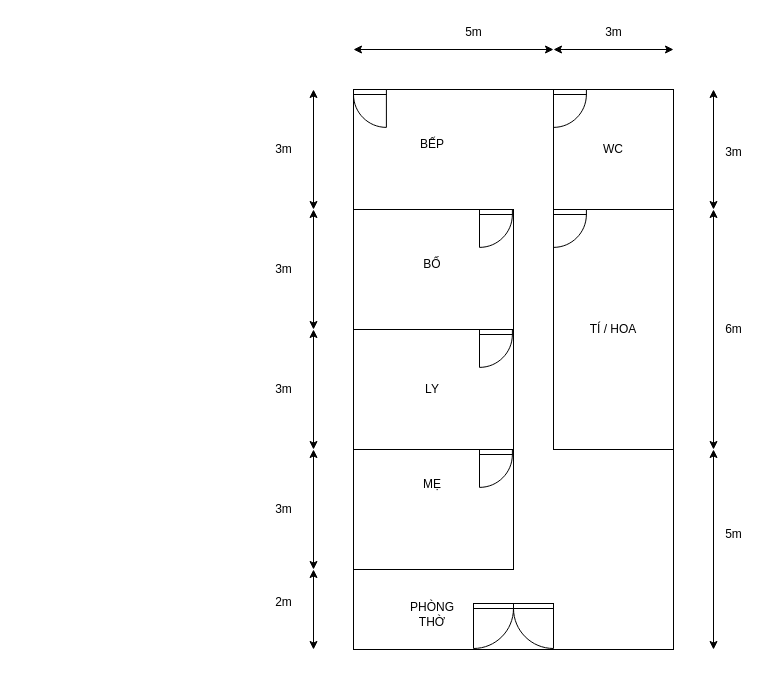
The draw.io diagram Untitled Diagram.drawio in 9hnd5/diagrams, before the edit. Source tidied: cells renumbered, new cells numbered last; positions are measured from the earlier drawing's top-left corner, leaving out a move shared by most shapes. Both pictures are drawn from the tidied source at 100%, with x=0, y=0 at pixel (263, 17).
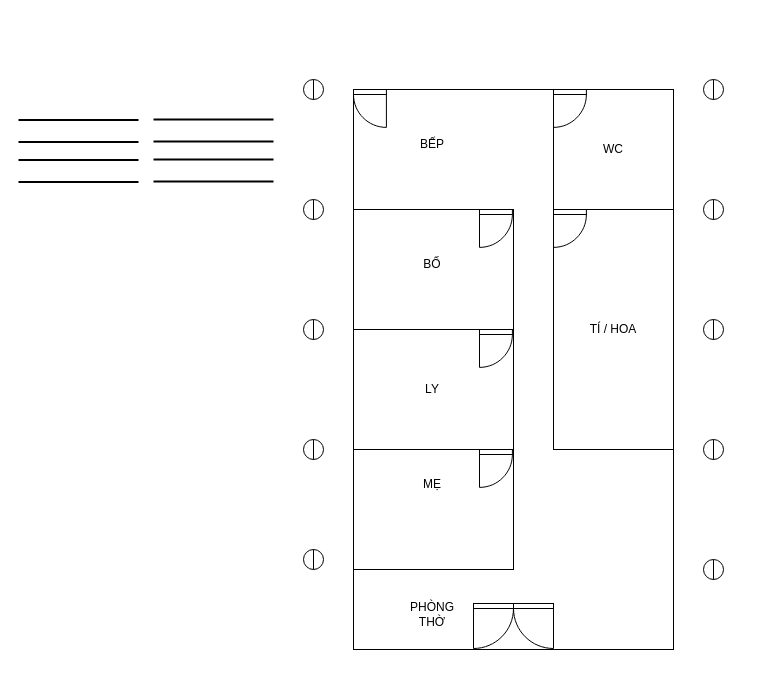
The same diagram, later.

What changed in the source:
```diff
@@
-    <mxCell id="20" style="endArrow=classic;startArrow=classic;html=1;rounded=0;" parent="1" edge="1">
-      <mxGeometry relative="1" as="geometry">
-        <mxPoint x="50" y="192" as="sourcePoint" />
-        <mxPoint x="50" y="72" as="targetPoint" />
-      </mxGeometry>
-    </mxCell>
-    <mxCell id="21" value="3m" style="text;html=1;align=center;verticalAlign=middle;strokeColor=none;fillColor=none;" parent="1" vertex="1">
-      <mxGeometry y="117" width="40" height="30" as="geometry" />
-    </mxCell>
-    <mxCell id="22" style="endArrow=classic;startArrow=classic;html=1;rounded=0;" parent="1" edge="1">
-      <mxGeometry relative="1" as="geometry">
-        <mxPoint x="50" y="312" as="sourcePoint" />
-        <mxPoint x="50" y="192" as="targetPoint" />
-      </mxGeometry>
-    </mxCell>
-    <mxCell id="23" value="3m" style="text;html=1;align=center;verticalAlign=middle;strokeColor=none;fillColor=none;" parent="1" vertex="1">
-      <mxGeometry y="237" width="40" height="30" as="geometry" />
-    </mxCell>
-    <mxCell id="24" style="endArrow=classic;startArrow=classic;html=1;rounded=0;" parent="1" edge="1">
-      <mxGeometry relative="1" as="geometry">
-        <mxPoint x="50" y="432" as="sourcePoint" />
-        <mxPoint x="50" y="312" as="targetPoint" />
-      </mxGeometry>
-    </mxCell>
-    <mxCell id="25" value="3m" style="text;html=1;align=center;verticalAlign=middle;strokeColor=none;fillColor=none;" parent="1" vertex="1">
-      <mxGeometry y="357" width="40" height="30" as="geometry" />
-    </mxCell>
-    <mxCell id="26" style="endArrow=classic;startArrow=classic;html=1;rounded=0;" parent="1" edge="1">
-      <mxGeometry relative="1" as="geometry">
-        <mxPoint x="50" y="552" as="sourcePoint" />
-        <mxPoint x="50" y="432" as="targetPoint" />
-      </mxGeometry>
-    </mxCell>
-    <mxCell id="27" value="3m" style="text;html=1;align=center;verticalAlign=middle;strokeColor=none;fillColor=none;" parent="1" vertex="1">
-      <mxGeometry y="477" width="40" height="30" as="geometry" />
-    </mxCell>
-    <mxCell id="28" style="endArrow=classic;startArrow=classic;html=1;rounded=0;" parent="1" edge="1">
-      <mxGeometry relative="1" as="geometry">
-        <mxPoint x="50" y="632" as="sourcePoint" />
-        <mxPoint x="50" y="552" as="targetPoint" />
-      </mxGeometry>
-    </mxCell>
-    <mxCell id="29" value="2m" style="text;html=1;align=center;verticalAlign=middle;strokeColor=none;fillColor=none;" parent="1" vertex="1">
-      <mxGeometry y="570" width="40" height="30" as="geometry" />
-    </mxCell>
@@
-    <mxCell id="31" style="endArrow=classic;startArrow=classic;html=1;rounded=0;" parent="1" edge="1">
-      <mxGeometry relative="1" as="geometry">
-        <mxPoint x="90" y="32" as="sourcePoint" />
-        <mxPoint x="290" y="32" as="targetPoint" />
-      </mxGeometry>
-    </mxCell>
-    <mxCell id="32" style="endArrow=classic;startArrow=classic;html=1;rounded=0;" parent="1" edge="1">
-      <mxGeometry relative="1" as="geometry">
-        <mxPoint x="290" y="32" as="sourcePoint" />
-        <mxPoint x="410" y="32" as="targetPoint" />
-      </mxGeometry>
-    </mxCell>
-    <mxCell id="33" value="5m" style="text;html=1;align=center;verticalAlign=middle;strokeColor=none;fillColor=none;" parent="1" vertex="1">
-      <mxGeometry x="190" width="40" height="30" as="geometry" />
-    </mxCell>
-    <mxCell id="34" value="3m" style="text;html=1;align=center;verticalAlign=middle;strokeColor=none;fillColor=none;" parent="1" vertex="1">
-      <mxGeometry x="330" width="40" height="30" as="geometry" />
-    </mxCell>
-    <mxCell id="35" style="endArrow=classic;startArrow=classic;html=1;rounded=0;" parent="1" edge="1">
-      <mxGeometry relative="1" as="geometry">
-        <mxPoint x="450" y="192" as="sourcePoint" />
-        <mxPoint x="450" y="72" as="targetPoint" />
-      </mxGeometry>
-    </mxCell>
-    <mxCell id="36" style="endArrow=classic;startArrow=classic;html=1;rounded=0;" parent="1" edge="1">
-      <mxGeometry relative="1" as="geometry">
-        <mxPoint x="450" y="432" as="sourcePoint" />
-        <mxPoint x="450" y="192" as="targetPoint" />
-      </mxGeometry>
-    </mxCell>
-    <mxCell id="37" style="endArrow=classic;startArrow=classic;html=1;rounded=0;" parent="1" edge="1">
-      <mxGeometry relative="1" as="geometry">
-        <mxPoint x="450" y="632" as="sourcePoint" />
-        <mxPoint x="450" y="432" as="targetPoint" />
-      </mxGeometry>
-    </mxCell>
-    <mxCell id="38" value="3m" style="text;html=1;align=center;verticalAlign=middle;strokeColor=none;fillColor=none;" parent="1" vertex="1">
-      <mxGeometry x="450" y="120" width="40" height="30" as="geometry" />
-    </mxCell>
-    <mxCell id="39" value="6m" style="text;html=1;align=center;verticalAlign=middle;strokeColor=none;fillColor=none;" parent="1" vertex="1">
-      <mxGeometry x="450" y="297" width="40" height="30" as="geometry" />
-    </mxCell>
-    <mxCell id="40" value="5m" style="text;html=1;align=center;verticalAlign=middle;strokeColor=none;fillColor=none;" parent="1" vertex="1">
-      <mxGeometry x="450" y="502" width="40" height="30" as="geometry" />
-    </mxCell>
+    <mxCell id="41" style="shape=lineEllipse;line=vertical;perimeter=ellipsePerimeter;whiteSpace=wrap;html=1;backgroundOutline=1;" parent="1" vertex="1">
+      <mxGeometry x="40" y="62" width="20" height="20" as="geometry" />
+    </mxCell>
+    <mxCell id="42" style="shape=lineEllipse;line=vertical;perimeter=ellipsePerimeter;whiteSpace=wrap;html=1;backgroundOutline=1;" parent="1" vertex="1">
+      <mxGeometry x="40" y="182" width="20" height="20" as="geometry" />
+    </mxCell>
+    <mxCell id="43" style="shape=lineEllipse;line=vertical;perimeter=ellipsePerimeter;whiteSpace=wrap;html=1;backgroundOutline=1;" parent="1" vertex="1">
+      <mxGeometry x="40" y="302" width="20" height="20" as="geometry" />
+    </mxCell>
+    <mxCell id="44" style="shape=lineEllipse;line=vertical;perimeter=ellipsePerimeter;whiteSpace=wrap;html=1;backgroundOutline=1;" parent="1" vertex="1">
+      <mxGeometry x="40" y="422" width="20" height="20" as="geometry" />
+    </mxCell>
+    <mxCell id="45" style="shape=lineEllipse;line=vertical;perimeter=ellipsePerimeter;whiteSpace=wrap;html=1;backgroundOutline=1;" parent="1" vertex="1">
+      <mxGeometry x="40" y="532" width="20" height="20" as="geometry" />
+    </mxCell>
+    <mxCell id="46" style="shape=lineEllipse;line=vertical;perimeter=ellipsePerimeter;whiteSpace=wrap;html=1;backgroundOutline=1;" parent="1" vertex="1">
+      <mxGeometry x="440" y="62" width="20" height="20" as="geometry" />
+    </mxCell>
+    <mxCell id="47" style="shape=lineEllipse;line=vertical;perimeter=ellipsePerimeter;whiteSpace=wrap;html=1;backgroundOutline=1;" parent="1" vertex="1">
+      <mxGeometry x="440" y="182" width="20" height="20" as="geometry" />
+    </mxCell>
+    <mxCell id="48" style="shape=lineEllipse;line=vertical;perimeter=ellipsePerimeter;whiteSpace=wrap;html=1;backgroundOutline=1;" parent="1" vertex="1">
+      <mxGeometry x="440" y="302" width="20" height="20" as="geometry" />
+    </mxCell>
+    <mxCell id="49" style="shape=lineEllipse;line=vertical;perimeter=ellipsePerimeter;whiteSpace=wrap;html=1;backgroundOutline=1;" parent="1" vertex="1">
+      <mxGeometry x="440" y="422" width="20" height="20" as="geometry" />
+    </mxCell>
+    <mxCell id="50" style="shape=lineEllipse;line=vertical;perimeter=ellipsePerimeter;whiteSpace=wrap;html=1;backgroundOutline=1;" parent="1" vertex="1">
+      <mxGeometry x="440" y="542" width="20" height="20" as="geometry" />
+    </mxCell>
+    <mxCell id="51" style="endArrow=none;html=1;rounded=0;strokeWidth=2;" parent="1" edge="1">
+      <mxGeometry relative="1" as="geometry">
+        <mxPoint x="-110" y="102" as="sourcePoint" />
+        <mxPoint x="10" y="102" as="targetPoint" />
+      </mxGeometry>
+    </mxCell>
+    <mxCell id="52" style="endArrow=none;html=1;rounded=0;strokeWidth=2;" parent="1" edge="1">
+      <mxGeometry relative="1" as="geometry">
+        <mxPoint x="-110" y="124" as="sourcePoint" />
+        <mxPoint x="10" y="124" as="targetPoint" />
+      </mxGeometry>
+    </mxCell>
+    <mxCell id="53" style="endArrow=none;html=1;rounded=0;strokeWidth=2;" parent="1" edge="1">
+      <mxGeometry relative="1" as="geometry">
+        <mxPoint x="-110" y="142" as="sourcePoint" />
+        <mxPoint x="10" y="142" as="targetPoint" />
+      </mxGeometry>
+    </mxCell>
+    <mxCell id="54" style="endArrow=none;html=1;rounded=0;strokeWidth=2;" parent="1" edge="1">
+      <mxGeometry relative="1" as="geometry">
+        <mxPoint x="-110" y="164" as="sourcePoint" />
+        <mxPoint x="10" y="164" as="targetPoint" />
+      </mxGeometry>
+    </mxCell>
+    <mxCell id="55" style="endArrow=none;html=1;rounded=0;strokeWidth=2;" parent="1" edge="1">
+      <mxGeometry relative="1" as="geometry">
+        <mxPoint x="-245" y="102.4" as="sourcePoint" />
+        <mxPoint x="-125" y="102.4" as="targetPoint" />
+      </mxGeometry>
+    </mxCell>
+    <mxCell id="56" style="endArrow=none;html=1;rounded=0;strokeWidth=2;" parent="1" edge="1">
+      <mxGeometry relative="1" as="geometry">
+        <mxPoint x="-245" y="124.4" as="sourcePoint" />
+        <mxPoint x="-125" y="124.4" as="targetPoint" />
+      </mxGeometry>
+    </mxCell>
+    <mxCell id="57" style="endArrow=none;html=1;rounded=0;strokeWidth=2;" parent="1" edge="1">
+      <mxGeometry relative="1" as="geometry">
+        <mxPoint x="-245" y="142.4" as="sourcePoint" />
+        <mxPoint x="-125" y="142.4" as="targetPoint" />
+      </mxGeometry>
+    </mxCell>
+    <mxCell id="58" style="endArrow=none;html=1;rounded=0;strokeWidth=2;" parent="1" edge="1">
+      <mxGeometry relative="1" as="geometry">
+        <mxPoint x="-245" y="164.4" as="sourcePoint" />
+        <mxPoint x="-125" y="164.4" as="targetPoint" />
+      </mxGeometry>
+    </mxCell>
```
